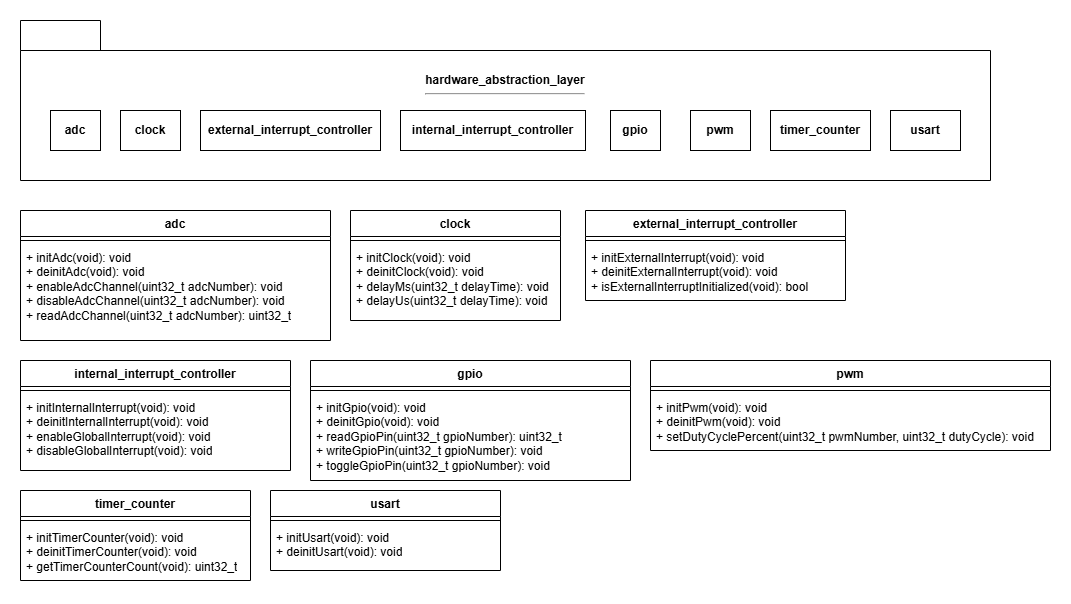
The draw.io diagram software-architecture/_images/hardware_abstraction_layer.drawio.png in Mouse-Unit-07/sketches, before a commit. Source tidied: cells renumbered, new cells last; positions are measured from the earlier drawing's top-left corner, leaving out a move shared by most shapes.
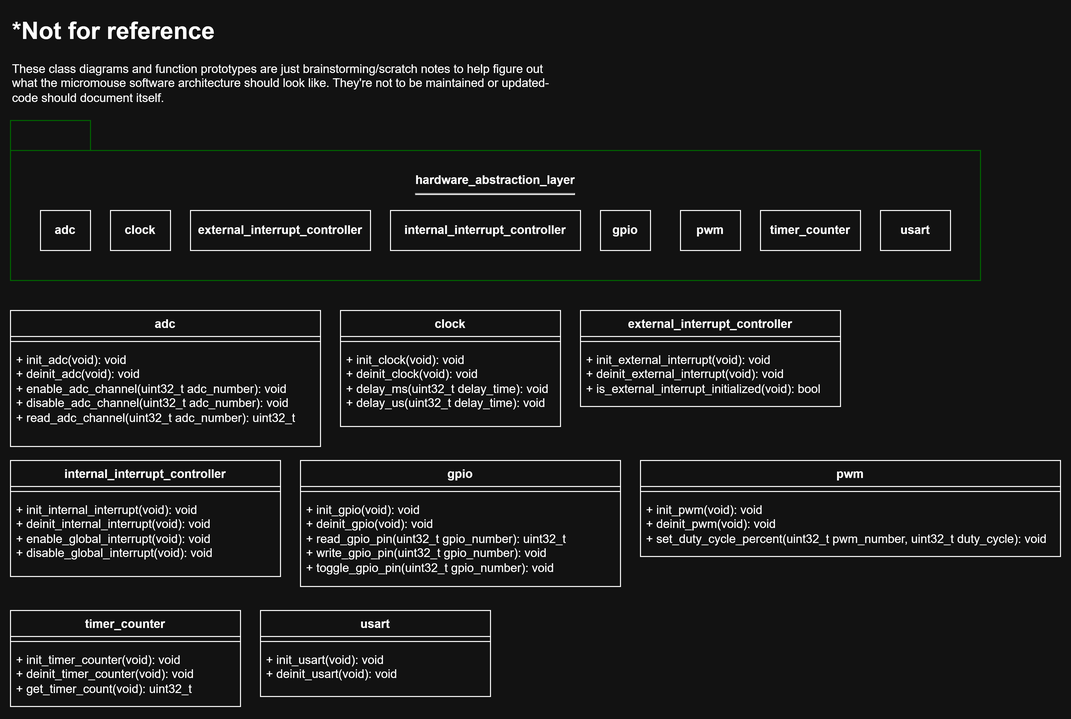
Above is the later version.

Change to the diagram source:
```diff
@@ -2,7 +2,7 @@
   <root>
     <mxCell id="0" />
     <mxCell id="1" parent="0" />
-    <mxCell id="2" value="&lt;div&gt;hardware_abstraction_layer&lt;/div&gt;&lt;div&gt;&lt;hr&gt;&lt;br&gt;&lt;/div&gt;&lt;div&gt;&lt;br&gt;&lt;/div&gt;&lt;div&gt;&lt;br&gt;&lt;/div&gt;&lt;div&gt;&lt;br&gt;&lt;/div&gt;" style="shape=folder;fontStyle=1;tabWidth=80;tabHeight=30;tabPosition=left;html=1;boundedLbl=1;whiteSpace=wrap;" parent="1" vertex="1">
+    <mxCell id="2" value="&lt;div&gt;hardware_abstraction_layer&lt;/div&gt;&lt;div&gt;&lt;hr&gt;&lt;br&gt;&lt;/div&gt;&lt;div&gt;&lt;br&gt;&lt;/div&gt;&lt;div&gt;&lt;br&gt;&lt;/div&gt;&lt;div&gt;&lt;br&gt;&lt;/div&gt;" style="shape=folder;fontStyle=1;tabWidth=80;tabHeight=30;tabPosition=left;html=1;boundedLbl=1;whiteSpace=wrap;strokeColor=#006600;" parent="1" vertex="1">
       <mxGeometry width="970" height="160" as="geometry" />
     </mxCell>
     <mxCell id="3" value="&lt;b&gt;adc&lt;/b&gt;" style="rounded=0;whiteSpace=wrap;html=1;" parent="1" vertex="1">
@@ -15,7 +15,7 @@
       <mxGeometry x="180" y="90" width="180" height="40" as="geometry" />
     </mxCell>
     <mxCell id="6" value="&lt;b&gt;internal_interrupt_controller&lt;/b&gt;" style="rounded=0;whiteSpace=wrap;html=1;" parent="1" vertex="1">
-      <mxGeometry x="380" y="90" width="185" height="40" as="geometry" />
+      <mxGeometry x="380" y="90" width="190" height="40" as="geometry" />
     </mxCell>
     <mxCell id="7" value="&lt;b&gt;gpio&lt;/b&gt;" style="rounded=0;whiteSpace=wrap;html=1;" parent="1" vertex="1">
       <mxGeometry x="590" y="90" width="50" height="40" as="geometry" />
@@ -33,76 +33,79 @@
       <mxGeometry relative="1" as="geometry" />
     </mxCell>
     <mxCell id="12" value="adc" style="swimlane;fontStyle=1;align=center;verticalAlign=top;horizontal=1;startSize=26;whiteSpace=wrap;html=1;" parent="1" vertex="1">
-      <mxGeometry y="190" width="310" height="130" as="geometry" />
+      <mxGeometry y="190" width="310" height="136" as="geometry" />
     </mxCell>
     <mxCell id="13" style="line;strokeWidth=1;fillColor=none;align=left;verticalAlign=middle;spacingTop=-1;spacingLeft=3;spacingRight=3;labelPosition=right;strokeColor=inherit;" parent="12" vertex="1">
-      <mxGeometry y="26" width="310" height="8" as="geometry" />
+      <mxGeometry y="26" width="310" height="10" as="geometry" />
     </mxCell>
-    <mxCell id="14" value="+ initAdc(void): void&lt;div&gt;+ deinitAdc(void): void&lt;br&gt;&lt;div&gt;+ enableAdcChannel(uint32_t adcNumber): void&lt;/div&gt;&lt;div&gt;+ disableAdcChannel(uint32_t adcNumber): void&lt;/div&gt;&lt;div&gt;+ readAdcChannel(uint32_t adcNumber): uint32_t&lt;/div&gt;&lt;/div&gt;" style="text;strokeColor=none;fillColor=none;align=left;verticalAlign=top;spacingLeft=4;spacingRight=4;overflow=hidden;whiteSpace=wrap;html=1;" parent="12" vertex="1">
-      <mxGeometry y="34" width="310" height="96" as="geometry" />
+    <mxCell id="14" value="+ init_adc(void): void&lt;div&gt;+ deinit_adc(void): void&lt;br&gt;&lt;div&gt;+ enable_adc_channel(uint32_t adc_number): void&lt;/div&gt;&lt;div&gt;+ disable_adc_channel(uint32_t adc_number): void&lt;/div&gt;&lt;div&gt;+ read_adc_channel(uint32_t adc_number): uint32_t&lt;/div&gt;&lt;/div&gt;" style="text;strokeColor=none;fillColor=none;align=left;verticalAlign=top;spacingLeft=4;spacingRight=4;overflow=hidden;whiteSpace=wrap;html=1;" parent="12" vertex="1">
+      <mxGeometry y="36" width="310" height="100" as="geometry" />
     </mxCell>
     <mxCell id="15" value="clock" style="swimlane;fontStyle=1;align=center;verticalAlign=top;horizontal=1;startSize=26;whiteSpace=wrap;html=1;" parent="1" vertex="1">
-      <mxGeometry x="330" y="190" width="210" height="110" as="geometry" />
+      <mxGeometry x="330" y="190" width="220" height="116" as="geometry" />
     </mxCell>
     <mxCell id="16" style="line;strokeWidth=1;fillColor=none;align=left;verticalAlign=middle;spacingTop=-1;spacingLeft=3;spacingRight=3;labelPosition=right;strokeColor=inherit;" parent="15" vertex="1">
-      <mxGeometry y="26" width="210" height="8" as="geometry" />
+      <mxGeometry y="26" width="220" height="10" as="geometry" />
     </mxCell>
-    <mxCell id="17" value="+ initClock(void): void&lt;div&gt;+ deinitClock(void): void&lt;br&gt;&lt;div&gt;+ delayMs(uint32_t delayTime): void&lt;/div&gt;&lt;/div&gt;&lt;div&gt;+ delayUs(uint32_t delayTime): void&lt;/div&gt;" style="text;strokeColor=none;fillColor=none;align=left;verticalAlign=top;spacingLeft=4;spacingRight=4;overflow=hidden;whiteSpace=wrap;html=1;" parent="15" vertex="1">
-      <mxGeometry y="34" width="210" height="76" as="geometry" />
+    <mxCell id="17" value="+ init_clock(void): void&lt;div&gt;+ deinit_clock(void): void&lt;br&gt;&lt;div&gt;+ delay_ms(uint32_t delay_time): void&lt;/div&gt;&lt;/div&gt;&lt;div&gt;+ delay_us(uint32_t delay_time): void&lt;/div&gt;" style="text;strokeColor=none;fillColor=none;align=left;verticalAlign=top;spacingLeft=4;spacingRight=4;overflow=hidden;whiteSpace=wrap;html=1;" parent="15" vertex="1">
+      <mxGeometry y="36" width="220" height="80" as="geometry" />
     </mxCell>
     <mxCell id="18" value="external_interrupt_controller" style="swimlane;fontStyle=1;align=center;verticalAlign=top;horizontal=1;startSize=26;whiteSpace=wrap;html=1;" parent="1" vertex="1">
-      <mxGeometry x="565" y="190" width="260" height="90" as="geometry" />
+      <mxGeometry x="570" y="190" width="260" height="96" as="geometry" />
     </mxCell>
     <mxCell id="19" style="line;strokeWidth=1;fillColor=none;align=left;verticalAlign=middle;spacingTop=-1;spacingLeft=3;spacingRight=3;labelPosition=right;strokeColor=inherit;" parent="18" vertex="1">
-      <mxGeometry y="26" width="260" height="8" as="geometry" />
+      <mxGeometry y="26" width="260" height="10" as="geometry" />
     </mxCell>
-    <mxCell id="20" value="+ initExternalInterrupt(void): void&lt;div&gt;+ deinitExternalInterrupt(void): void&lt;/div&gt;&lt;div&gt;+ isExternalInterruptInitialized(void): bool&lt;/div&gt;" style="text;strokeColor=none;fillColor=none;align=left;verticalAlign=top;spacingLeft=4;spacingRight=4;overflow=hidden;whiteSpace=wrap;html=1;" parent="18" vertex="1">
-      <mxGeometry y="34" width="260" height="56" as="geometry" />
+    <mxCell id="20" value="+ init_external_interrupt(void): void&lt;div&gt;+ deinit_external_interrupt(void): void&lt;/div&gt;&lt;div&gt;+ is_external_interrupt_initialized(void): bool&lt;/div&gt;" style="text;strokeColor=none;fillColor=none;align=left;verticalAlign=top;spacingLeft=4;spacingRight=4;overflow=hidden;whiteSpace=wrap;html=1;" parent="18" vertex="1">
+      <mxGeometry y="36" width="260" height="60" as="geometry" />
     </mxCell>
     <mxCell id="21" value="internal_interrupt_controller" style="swimlane;fontStyle=1;align=center;verticalAlign=top;horizontal=1;startSize=26;whiteSpace=wrap;html=1;" parent="1" vertex="1">
-      <mxGeometry y="340" width="270" height="110" as="geometry" />
+      <mxGeometry y="340" width="270" height="116" as="geometry" />
     </mxCell>
     <mxCell id="22" style="line;strokeWidth=1;fillColor=none;align=left;verticalAlign=middle;spacingTop=-1;spacingLeft=3;spacingRight=3;labelPosition=right;strokeColor=inherit;" parent="21" vertex="1">
-      <mxGeometry y="26" width="270" height="8" as="geometry" />
+      <mxGeometry y="26" width="270" height="10" as="geometry" />
     </mxCell>
-    <mxCell id="23" value="+ initInternalInterrupt(void): void&lt;div&gt;+ deinitInternalInterrupt(void): void&lt;br&gt;&lt;div&gt;+ enableGlobalInterrupt(void): void&lt;/div&gt;&lt;/div&gt;&lt;div&gt;+&amp;nbsp;&lt;span style=&quot;background-color: transparent; color: light-dark(rgb(0, 0, 0), rgb(255, 255, 255));&quot;&gt;disableGlobalInterrupt(void): void&lt;/span&gt;&lt;/div&gt;" style="text;strokeColor=none;fillColor=none;align=left;verticalAlign=top;spacingLeft=4;spacingRight=4;overflow=hidden;whiteSpace=wrap;html=1;" parent="21" vertex="1">
-      <mxGeometry y="34" width="270" height="76" as="geometry" />
+    <mxCell id="23" value="+ init_internal_interrupt(void): void&lt;div&gt;+ deinit_internal_interrupt(void): void&lt;br&gt;&lt;div&gt;+ enable_global_interrupt(void): void&lt;/div&gt;&lt;/div&gt;&lt;div&gt;+&amp;nbsp;&lt;span style=&quot;background-color: transparent; color: light-dark(rgb(0, 0, 0), rgb(255, 255, 255));&quot;&gt;disable_global_interrupt(void): void&lt;/span&gt;&lt;/div&gt;" style="text;strokeColor=none;fillColor=none;align=left;verticalAlign=top;spacingLeft=4;spacingRight=4;overflow=hidden;whiteSpace=wrap;html=1;" parent="21" vertex="1">
+      <mxGeometry y="36" width="270" height="80" as="geometry" />
     </mxCell>
     <mxCell id="24" value="gpio" style="swimlane;fontStyle=1;align=center;verticalAlign=top;horizontal=1;startSize=26;whiteSpace=wrap;html=1;" parent="1" vertex="1">
-      <mxGeometry x="290" y="340" width="320" height="120" as="geometry" />
+      <mxGeometry x="290" y="340" width="320" height="126" as="geometry" />
     </mxCell>
     <mxCell id="25" style="line;strokeWidth=1;fillColor=none;align=left;verticalAlign=middle;spacingTop=-1;spacingLeft=3;spacingRight=3;labelPosition=right;strokeColor=inherit;" parent="24" vertex="1">
-      <mxGeometry y="26" width="320" height="8" as="geometry" />
+      <mxGeometry y="26" width="320" height="10" as="geometry" />
     </mxCell>
-    <mxCell id="26" value="+ initGpio(void): void&lt;div&gt;+ deinitGpio(void): void&lt;br&gt;&lt;div&gt;+ readGpioPin(uint32_t gpioNumber): uint32_t&lt;/div&gt;&lt;/div&gt;&lt;div&gt;+&amp;nbsp;&lt;span style=&quot;background-color: transparent; color: light-dark(rgb(0, 0, 0), rgb(255, 255, 255));&quot;&gt;writeGpioPin(&lt;/span&gt;uint32_t gpioNumber&lt;span style=&quot;background-color: transparent; color: light-dark(rgb(0, 0, 0), rgb(255, 255, 255));&quot;&gt;): void&lt;/span&gt;&lt;/div&gt;&lt;div&gt;&lt;span style=&quot;background-color: transparent; color: light-dark(rgb(0, 0, 0), rgb(255, 255, 255));&quot;&gt;+ toggleGpioPin(uint32_t gpioNumber): void&lt;/span&gt;&lt;/div&gt;" style="text;strokeColor=none;fillColor=none;align=left;verticalAlign=top;spacingLeft=4;spacingRight=4;overflow=hidden;whiteSpace=wrap;html=1;" parent="24" vertex="1">
-      <mxGeometry y="34" width="320" height="86" as="geometry" />
+    <mxCell id="26" value="+ init_gpio(void): void&lt;div&gt;+ deinit_gpio(void): void&lt;br&gt;&lt;div&gt;+ read_gpio_pin(uint32_t gpio_number): uint32_t&lt;/div&gt;&lt;/div&gt;&lt;div&gt;+&amp;nbsp;&lt;span style=&quot;background-color: transparent; color: light-dark(rgb(0, 0, 0), rgb(255, 255, 255));&quot;&gt;write_gpio_pin(&lt;/span&gt;uint32_t gpio_number&lt;span style=&quot;background-color: transparent; color: light-dark(rgb(0, 0, 0), rgb(255, 255, 255));&quot;&gt;): void&lt;/span&gt;&lt;/div&gt;&lt;div&gt;&lt;span style=&quot;background-color: transparent; color: light-dark(rgb(0, 0, 0), rgb(255, 255, 255));&quot;&gt;+ toggle_gpio_pin(uint32_t gpio_number): void&lt;/span&gt;&lt;/div&gt;" style="text;strokeColor=none;fillColor=none;align=left;verticalAlign=top;spacingLeft=4;spacingRight=4;overflow=hidden;whiteSpace=wrap;html=1;" parent="24" vertex="1">
+      <mxGeometry y="36" width="320" height="90" as="geometry" />
     </mxCell>
     <mxCell id="27" value="pwm" style="swimlane;fontStyle=1;align=center;verticalAlign=top;horizontal=1;startSize=26;whiteSpace=wrap;html=1;" parent="1" vertex="1">
-      <mxGeometry x="630" y="340" width="400" height="90" as="geometry" />
+      <mxGeometry x="630" y="340" width="420" height="96" as="geometry" />
     </mxCell>
     <mxCell id="28" style="line;strokeWidth=1;fillColor=none;align=left;verticalAlign=middle;spacingTop=-1;spacingLeft=3;spacingRight=3;labelPosition=right;strokeColor=inherit;" parent="27" vertex="1">
-      <mxGeometry y="26" width="400" height="8" as="geometry" />
+      <mxGeometry y="26" width="420" height="10" as="geometry" />
     </mxCell>
-    <mxCell id="29" value="+ initPwm(void): void&lt;div&gt;+ deinitPwm(void): void&lt;br&gt;&lt;div&gt;+ setDutyCyclePercent(uint32_t pwmNumber, uint32_t dutyCycle): void&lt;/div&gt;&lt;/div&gt;" style="text;strokeColor=none;fillColor=none;align=left;verticalAlign=top;spacingLeft=4;spacingRight=4;overflow=hidden;whiteSpace=wrap;html=1;" parent="27" vertex="1">
-      <mxGeometry y="34" width="400" height="56" as="geometry" />
+    <mxCell id="29" value="+ init_pwm(void): void&lt;div&gt;+ deinit_pwm(void): void&lt;br&gt;&lt;div&gt;+ set_duty_cycle_percent(uint32_t pwm_number, uint32_t duty_cycle): void&lt;/div&gt;&lt;/div&gt;" style="text;strokeColor=none;fillColor=none;align=left;verticalAlign=top;spacingLeft=4;spacingRight=4;overflow=hidden;whiteSpace=wrap;html=1;" parent="27" vertex="1">
+      <mxGeometry y="36" width="420" height="60" as="geometry" />
     </mxCell>
     <mxCell id="30" value="timer_counter" style="swimlane;fontStyle=1;align=center;verticalAlign=top;horizontal=1;startSize=26;whiteSpace=wrap;html=1;" parent="1" vertex="1">
-      <mxGeometry y="470" width="230" height="90" as="geometry" />
+      <mxGeometry y="490" width="230" height="96" as="geometry" />
     </mxCell>
     <mxCell id="31" style="line;strokeWidth=1;fillColor=none;align=left;verticalAlign=middle;spacingTop=-1;spacingLeft=3;spacingRight=3;labelPosition=right;strokeColor=inherit;" parent="30" vertex="1">
-      <mxGeometry y="26" width="230" height="8" as="geometry" />
+      <mxGeometry y="26" width="230" height="10" as="geometry" />
     </mxCell>
-    <mxCell id="32" value="+ initTimerCounter(void): void&lt;div&gt;+ deinitTimerCounter(void): void&lt;/div&gt;&lt;div&gt;+ getTimerCounterCount(void): uint32_t&lt;/div&gt;" style="text;strokeColor=none;fillColor=none;align=left;verticalAlign=top;spacingLeft=4;spacingRight=4;overflow=hidden;whiteSpace=wrap;html=1;" parent="30" vertex="1">
-      <mxGeometry y="34" width="230" height="56" as="geometry" />
+    <mxCell id="32" value="+ init_timer_counter(void): void&lt;div&gt;+ deinit_timer_counter(void): void&lt;/div&gt;&lt;div&gt;+ get_timer_count(void): uint32_t&lt;/div&gt;" style="text;strokeColor=none;fillColor=none;align=left;verticalAlign=top;spacingLeft=4;spacingRight=4;overflow=hidden;whiteSpace=wrap;html=1;" parent="30" vertex="1">
+      <mxGeometry y="36" width="230" height="60" as="geometry" />
     </mxCell>
     <mxCell id="33" value="usart" style="swimlane;fontStyle=1;align=center;verticalAlign=top;horizontal=1;startSize=26;whiteSpace=wrap;html=1;" parent="1" vertex="1">
-      <mxGeometry x="250" y="470" width="230" height="80" as="geometry" />
+      <mxGeometry x="250" y="490" width="230" height="86" as="geometry" />
     </mxCell>
     <mxCell id="34" style="line;strokeWidth=1;fillColor=none;align=left;verticalAlign=middle;spacingTop=-1;spacingLeft=3;spacingRight=3;labelPosition=right;strokeColor=inherit;" parent="33" vertex="1">
-      <mxGeometry y="26" width="230" height="8" as="geometry" />
+      <mxGeometry y="26" width="230" height="10" as="geometry" />
     </mxCell>
-    <mxCell id="35" value="+ initUsart(void): void&lt;div&gt;+ deinitUsart(void): void&lt;/div&gt;" style="text;strokeColor=none;fillColor=none;align=left;verticalAlign=top;spacingLeft=4;spacingRight=4;overflow=hidden;whiteSpace=wrap;html=1;" parent="33" vertex="1">
-      <mxGeometry y="34" width="230" height="46" as="geometry" />
+    <mxCell id="35" value="+ init_usart(void): void&lt;div&gt;+ deinit_usart(void): void&lt;/div&gt;" style="text;strokeColor=none;fillColor=none;align=left;verticalAlign=top;spacingLeft=4;spacingRight=4;overflow=hidden;whiteSpace=wrap;html=1;" parent="33" vertex="1">
+      <mxGeometry y="36" width="230" height="50" as="geometry" />
     </mxCell>
+    <mxCell id="36" value="&lt;h1 style=&quot;margin-top: 0px;&quot;&gt;*Not for reference&lt;/h1&gt;&lt;p&gt;These class diagrams and function prototypes are just brainstorming/scratch notes to help figure out what the micromouse software architecture should look like. They're not to be maintained or updated- code should document itself.&lt;/p&gt;" style="text;html=1;whiteSpace=wrap;overflow=hidden;rounded=0;" parent="1" vertex="1">
+      <mxGeometry y="-110" width="560" height="100" as="geometry" />
+    </mxCell>
   </root>
 </mxGraphModel>
```
